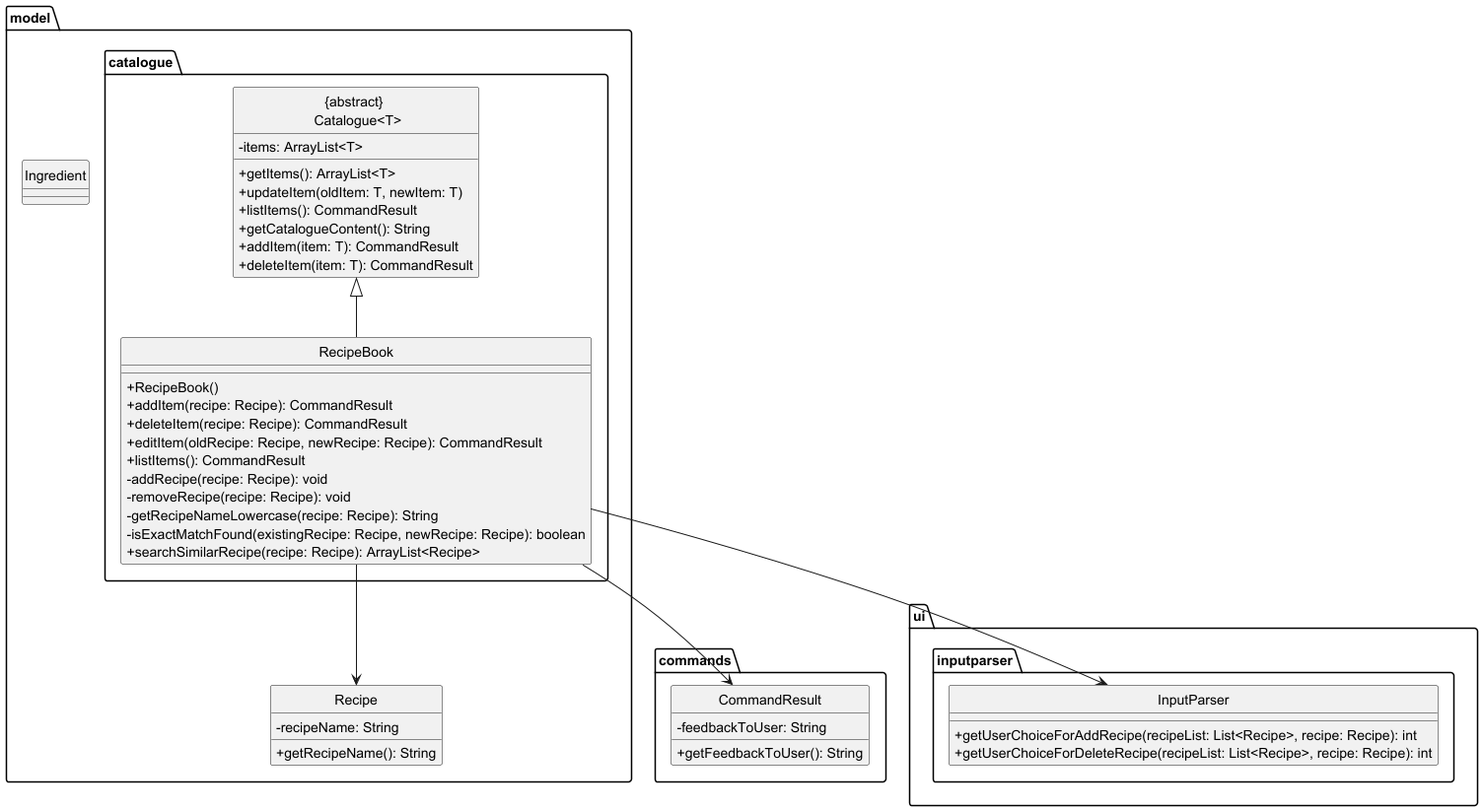
ChingWhee/tp keeps this PlantUML diagram as docs/diagrams/recipebook.png. Above is the earlier version. The source it was exported from:
```plantuml
@startuml
hide circle
skinparam classAttributeIconSize 0

package model.catalogue {

    class "{abstract} \n Catalogue<T>" {
        - items: ArrayList<T>
        + getItems(): ArrayList<T>
        + updateItem(oldItem: T, newItem: T)
        + listItems(): CommandResult
        + getCatalogueContent(): String
        + addItem(item: T): CommandResult
        + deleteItem(item: T): CommandResult
    }

    class RecipeBook {
        + RecipeBook()
        + addItem(recipe: Recipe): CommandResult
        + deleteItem(recipe: Recipe): CommandResult
        + editItem(oldRecipe: Recipe, newRecipe: Recipe): CommandResult
        + listItems(): CommandResult
        - addRecipe(recipe: Recipe): void
        - removeRecipe(recipe: Recipe): void
        - getRecipeNameLowercase(recipe: Recipe): String
        - isExactMatchFound(existingRecipe: Recipe, newRecipe: Recipe): boolean
        + searchSimilarRecipe(recipe: Recipe): ArrayList<Recipe>
    }

    "{abstract} \n Catalogue<T>" <|-- RecipeBook
}

package model {
    class Recipe {
        - recipeName: String
        + getRecipeName(): String
    }

    class Ingredient
}

package commands {
    class CommandResult {
        - feedbackToUser: String
        + getFeedbackToUser(): String
    }
}

package ui.inputparser {
    class InputParser {
        + getUserChoiceForAddRecipe(recipeList: List<Recipe>, recipe: Recipe): int
        + getUserChoiceForDeleteRecipe(recipeList: List<Recipe>, recipe: Recipe): int
    }
}

RecipeBook --> Recipe
RecipeBook --> CommandResult
RecipeBook --> InputParser

@enduml
```
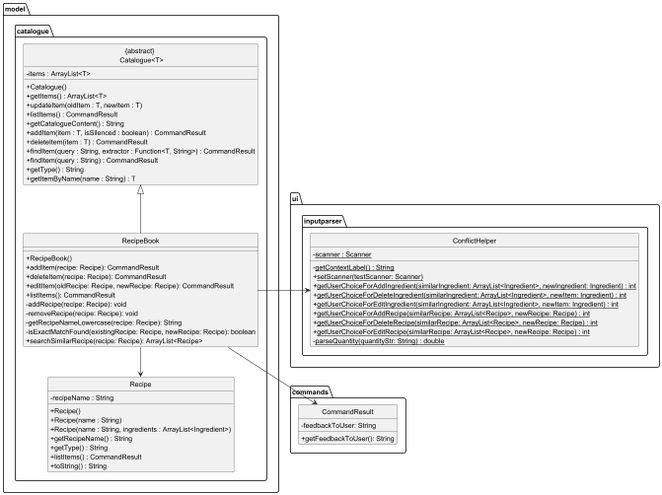
The same diagram one commit later.

Commit message:
Fixed DG formatting issues and recipebook uml

The edit, as a diff of the source:
```diff
@@ -5,13 +5,18 @@
 package model.catalogue {
 
     class "{abstract} \n Catalogue<T>" {
-        - items: ArrayList<T>
-        + getItems(): ArrayList<T>
-        + updateItem(oldItem: T, newItem: T)
-        + listItems(): CommandResult
-        + getCatalogueContent(): String
-        + addItem(item: T): CommandResult
-        + deleteItem(item: T): CommandResult
+        - items : ArrayList<T>
+        + Catalogue()
+        + getItems() : ArrayList<T>
+        + updateItem(oldItem : T, newItem : T)
+        + listItems() : CommandResult
+        + getCatalogueContent() : String
+        + addItem(item : T, isSilenced : boolean) : CommandResult
+        + deleteItem(item : T) : CommandResult
+        + findItem(query : String, extractor : Function<T, String>) : CommandResult
+        + findItem(query : String) : CommandResult
+        + getType() : String
+        + getItemByName(name : String) : T
     }
 
     class RecipeBook {
@@ -27,16 +32,18 @@
         + searchSimilarRecipe(recipe: Recipe): ArrayList<Recipe>
     }
 
-    "{abstract} \n Catalogue<T>" <|-- RecipeBook
-}
-
-package model {
     class Recipe {
-        - recipeName: String
-        + getRecipeName(): String
+        - recipeName : String
+        + Recipe()
+        + Recipe(name : String)
+        + Recipe(name : String, ingredients : ArrayList<Ingredient>)
+        + getRecipeName() : String
+        + getType() : String
+        + listItems() : CommandResult
+        + toString() : String
     }
 
-    class Ingredient
+    "{abstract} \n Catalogue<T>" <|-- RecipeBook
 }
 
 package commands {
@@ -47,14 +54,22 @@
 }
 
 package ui.inputparser {
-    class InputParser {
-        + getUserChoiceForAddRecipe(recipeList: List<Recipe>, recipe: Recipe): int
-        + getUserChoiceForDeleteRecipe(recipeList: List<Recipe>, recipe: Recipe): int
+    class ConflictHelper {
+        - <u>scanner : Scanner
+        - <u>getContextLabel() : String
+        + <u>setScanner(testScanner: Scanner)
+        + <u>getUserChoiceForAddIngredient(similarIngredient: ArrayList<Ingredient>, newIngredient: Ingredient) : int
+        + <u>getUserChoiceForDeleteIngredient(similarIngredient: ArrayList<Ingredient>, newItem: Ingredient) : int
+        + <u>getUserChoiceForEditIngredient(similarIngredient: ArrayList<Ingredient>, newItem: Ingredient) : int
+        + <u>getUserChoiceForAddRecipe(similarRecipe: ArrayList<Recipe>, newRecipe: Recipe) : int
+        + <u>getUserChoiceForDeleteRecipe(similarRecipe: ArrayList<Recipe>, newRecipe: Recipe) : int
+        + <u>getUserChoiceForEditRecipe(similarRecipe: ArrayList<Recipe>, newRecipe: Recipe) : int
+        - <u>parseQuantity(quantityStr: String) : double
     }
 }
 
 RecipeBook --> Recipe
 RecipeBook --> CommandResult
-RecipeBook --> InputParser
+RecipeBook -> ConflictHelper
 
 @enduml
```
